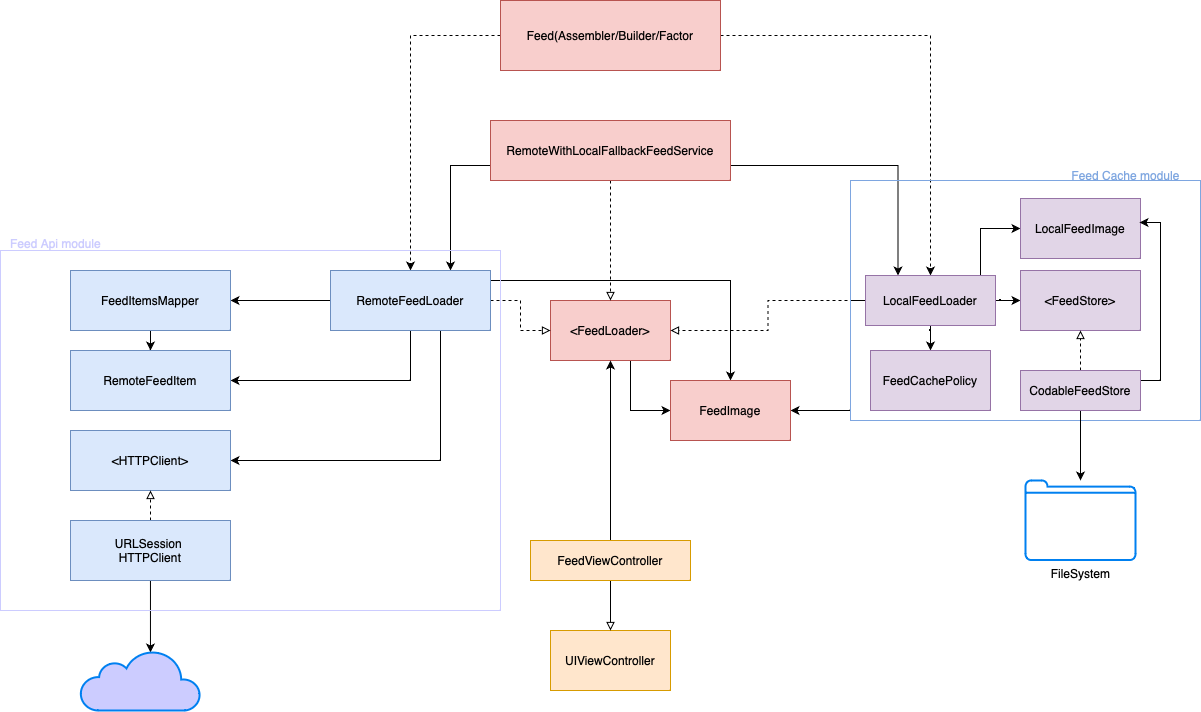
Galih94/EssentialFeed keeps this draw.io diagram as Diagrams/Feed Module Diagram.drawio.png. Above is the earlier version. Source tidied: cells renumbered, new cells last; positions are measured from the earlier drawing's top-left corner, leaving out a move shared by most shapes.
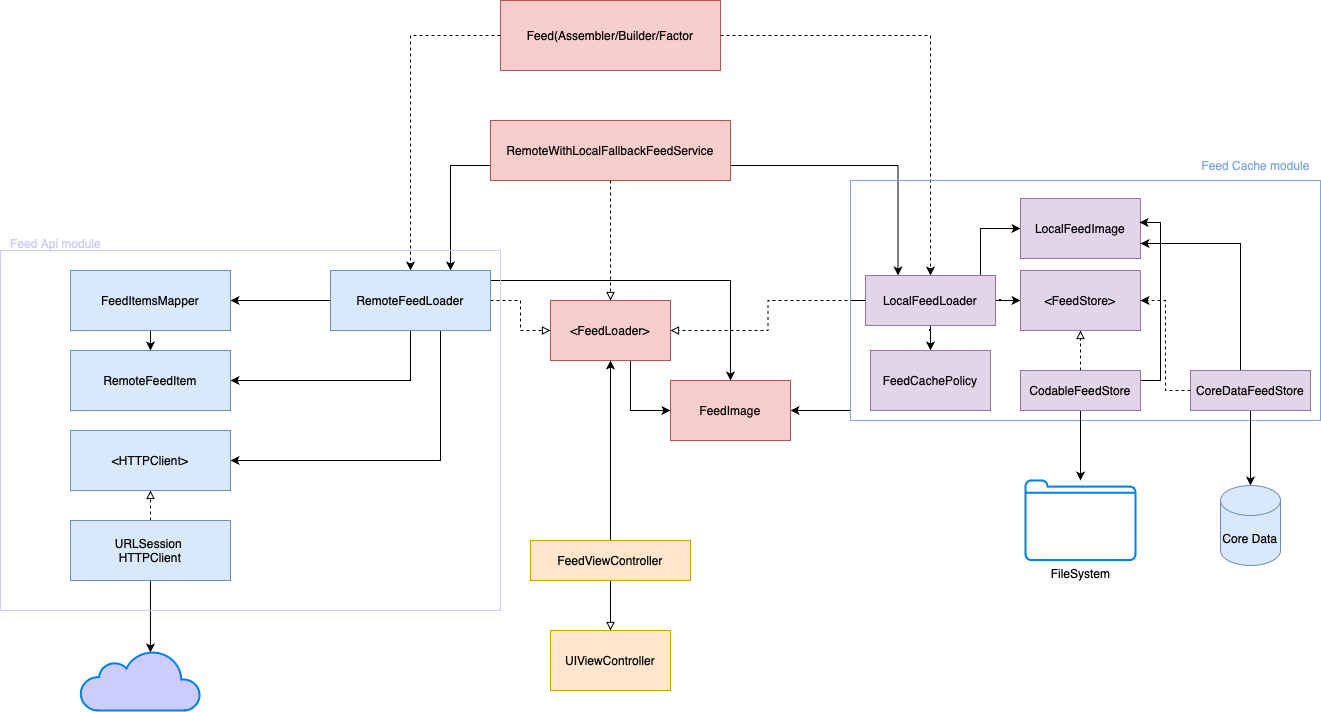
Later version of the same file.

Commit message:
feat(Diagrams): update diagrams add use CoreData to Feed Cache Module

Change to the diagram source:
```diff
@@ -137,10 +137,10 @@
       <mxGeometry x="1020" y="270" width="120" height="60" as="geometry" />
     </mxCell>
     <mxCell id="37" style="rounded=0;whiteSpace=wrap;html=1;fillColor=none;strokeColor=#7EA6E0;" parent="1" vertex="1">
-      <mxGeometry x="850" y="180" width="350" height="240" as="geometry" />
+      <mxGeometry x="850" y="180" width="470" height="240" as="geometry" />
     </mxCell>
     <mxCell id="38" value="&lt;font&gt;Feed Cache module&lt;/font&gt;" style="text;html=1;align=center;verticalAlign=middle;strokeColor=none;fillColor=none;fontColor=#7EA6E0;" parent="1" vertex="1">
-      <mxGeometry x="1060" y="160" width="130" height="30" as="geometry" />
+      <mxGeometry x="1190" y="150" width="130" height="30" as="geometry" />
     </mxCell>
     <mxCell id="39" value="RemoteFeedItem" style="rounded=0;whiteSpace=wrap;html=1;fillColor=#dae8fc;strokeColor=#6c8ebf;" parent="1" vertex="1">
       <mxGeometry x="70" y="350" width="160" height="60" as="geometry" />
@@ -174,5 +174,24 @@
     <mxCell id="47" value="FileSystem" style="html=1;verticalLabelPosition=bottom;align=center;labelBackgroundColor=#ffffff;verticalAlign=top;strokeWidth=2;strokeColor=#0080F0;shadow=0;dashed=0;shape=mxgraph.ios7.icons.folder;" parent="1" vertex="1">
       <mxGeometry x="1025" y="480" width="110" height="79.5" as="geometry" />
     </mxCell>
+    <mxCell id="48" style="edgeStyle=orthogonalEdgeStyle;rounded=0;jettySize=auto;html=1;entryX=1;entryY=0.5;entryDx=0;entryDy=0;dashed=1;" parent="1" edge="1" source="51" target="36">
+      <mxGeometry relative="1" as="geometry" />
+    </mxCell>
+    <mxCell id="49" style="edgeStyle=orthogonalEdgeStyle;rounded=0;jettySize=auto;html=1;entryX=1;entryY=0.75;entryDx=0;entryDy=0;" parent="1" edge="1" source="51" target="41">
+      <mxGeometry relative="1" as="geometry">
+        <Array as="points">
+          <mxPoint x="1240" y="243" />
+        </Array>
+      </mxGeometry>
+    </mxCell>
+    <mxCell id="50" style="edgeStyle=orthogonalEdgeStyle;rounded=0;jettySize=auto;html=1;" parent="1" edge="1" source="51" target="52">
+      <mxGeometry relative="1" as="geometry" />
+    </mxCell>
+    <mxCell id="51" value="CoreDataFeedStore" style="rounded=0;whiteSpace=wrap;html=1;fillColor=#e1d5e7;strokeColor=#9673a6;" parent="1" vertex="1">
+      <mxGeometry x="1190" y="370" width="120" height="40" as="geometry" />
+    </mxCell>
+    <mxCell id="52" value="Core Data" style="shape=cylinder3;whiteSpace=wrap;html=1;boundedLbl=1;backgroundOutline=1;size=15;fillColor=#dae8fc;strokeColor=#6c8ebf;" parent="1" vertex="1">
+      <mxGeometry x="1220" y="485" width="60" height="80" as="geometry" />
+    </mxCell>
   </root>
 </mxGraphModel>
```
